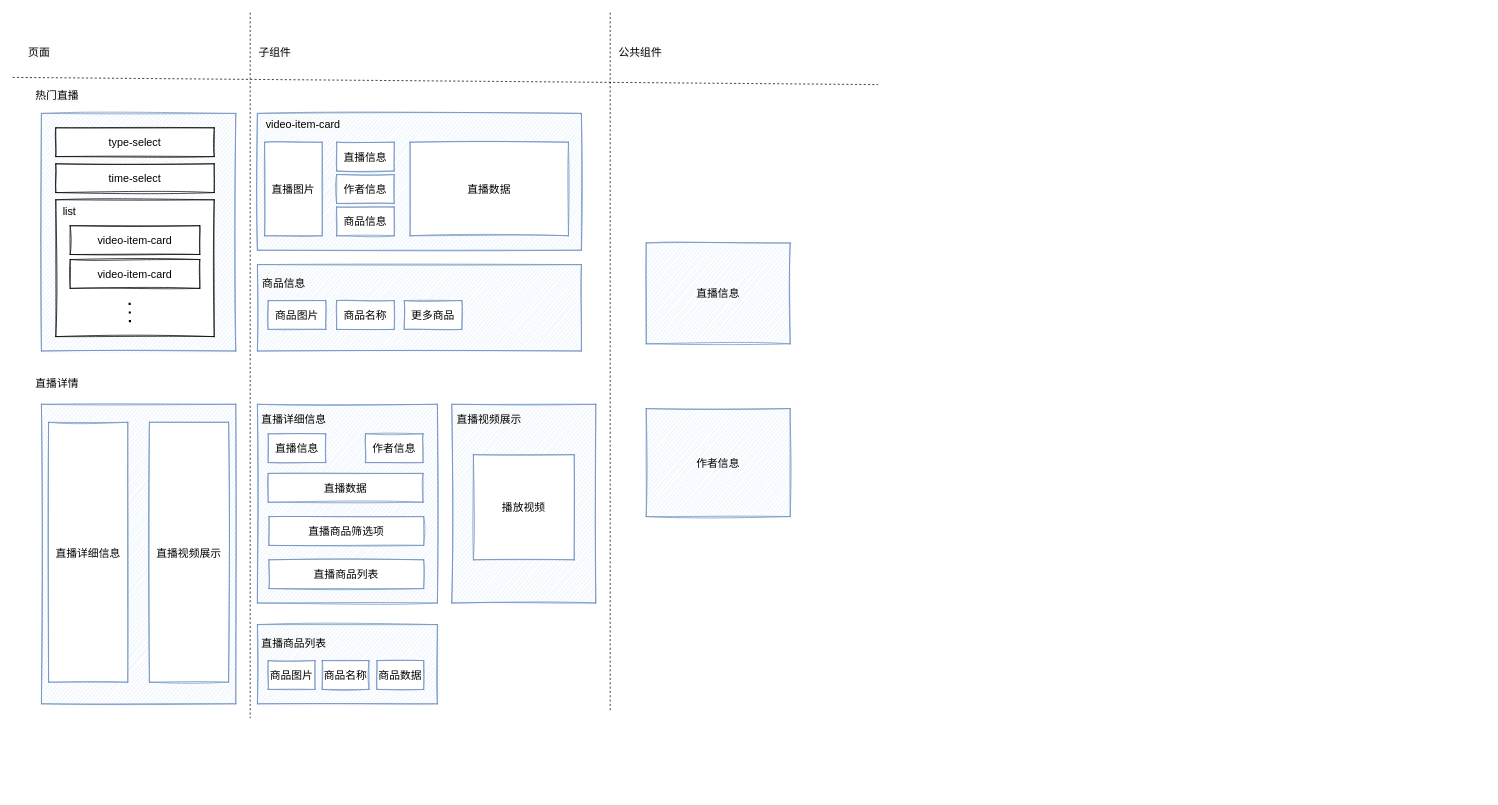
lulukada/React-Typescript-study keeps this draw.io diagram as Untitled Diagram.drawio. Above is the earlier version. Source tidied: cells renumbered, new cells numbered last; positions are measured from the earlier drawing's top-left corner, leaving out a move shared by most shapes. Both pictures are drawn from the tidied source at 72%, with x=0, y=0 at pixel (12, 12).
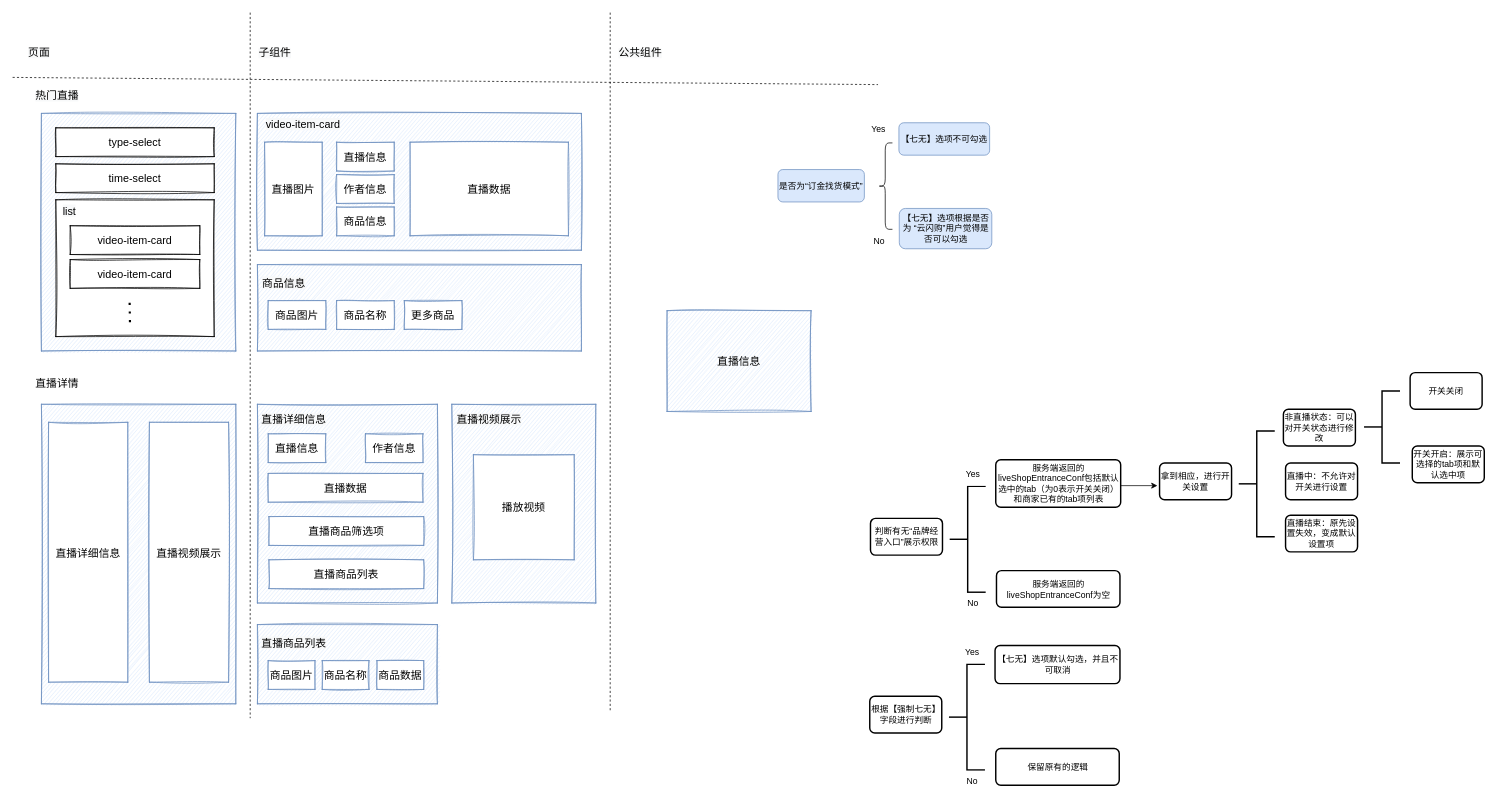
Above is the later version.

The edit, as a diff of the source:
```diff
@@
     <mxCell id="48" value="直播信息" style="rounded=0;whiteSpace=wrap;html=1;shadow=0;glass=0;sketch=1;fontSize=15;strokeColor=#6c8ebf;fillColor=#dae8fc;" parent="1" vertex="1">
-      <mxGeometry x="880" y="320" width="200" height="140" as="geometry" />
+      <mxGeometry x="909" y="414" width="200" height="140" as="geometry" />
     </mxCell>
-    <mxCell id="49" value="作者信息" style="rounded=0;whiteSpace=wrap;html=1;shadow=0;glass=0;sketch=1;fontSize=15;strokeColor=#6c8ebf;fillColor=#dae8fc;" parent="1" vertex="1">
-      <mxGeometry x="880" y="550" width="200" height="150" as="geometry" />
-    </mxCell>
+    <mxCell id="50" value="拿到相应，进行开关设置" style="rounded=1;whiteSpace=wrap;html=1;absoluteArcSize=1;arcSize=14;strokeWidth=2;" parent="1" vertex="1">
+      <mxGeometry x="1593" y="625.5" width="100" height="51" as="geometry" />
+    </mxCell>
+    <mxCell id="51" style="strokeWidth=2;html=1;shape=mxgraph.flowchart.annotation_2;align=left;labelPosition=right;" parent="1" vertex="1">
+      <mxGeometry x="1703" y="581" width="50" height="147" as="geometry" />
+    </mxCell>
+    <mxCell id="52" value="直播中：不允许对开关进行设置" style="rounded=1;whiteSpace=wrap;html=1;absoluteArcSize=1;arcSize=14;strokeWidth=2;" parent="1" vertex="1">
+      <mxGeometry x="1768" y="625.5" width="100" height="51" as="geometry" />
+    </mxCell>
+    <mxCell id="53" value="直播结束：原先设置失效，变成默认设置项" style="rounded=1;whiteSpace=wrap;html=1;absoluteArcSize=1;arcSize=14;strokeWidth=2;" parent="1" vertex="1">
+      <mxGeometry x="1768" y="698" width="100" height="51" as="geometry" />
+    </mxCell>
+    <mxCell id="54" value="开关关闭" style="rounded=1;whiteSpace=wrap;html=1;absoluteArcSize=1;arcSize=14;strokeWidth=2;" parent="1" vertex="1">
+      <mxGeometry x="1941" y="500" width="100" height="51" as="geometry" />
+    </mxCell>
+    <mxCell id="55" value="开关开启：展示可选择的tab项和默认选中项" style="rounded=1;whiteSpace=wrap;html=1;absoluteArcSize=1;arcSize=14;strokeWidth=2;" parent="1" vertex="1">
+      <mxGeometry x="1944" y="602" width="100" height="51" as="geometry" />
+    </mxCell>
+    <mxCell id="56" value="非直播状态：可以对开关状态进行修改" style="rounded=1;whiteSpace=wrap;html=1;absoluteArcSize=1;arcSize=14;strokeWidth=2;" parent="1" vertex="1">
+      <mxGeometry x="1765" y="551" width="100" height="51" as="geometry" />
+    </mxCell>
+    <mxCell id="57" style="strokeWidth=2;html=1;shape=mxgraph.flowchart.annotation_2;align=left;labelPosition=right;" parent="1" vertex="1">
+      <mxGeometry x="1877" y="525.5" width="50" height="100" as="geometry" />
+    </mxCell>
+    <mxCell id="58" value="判断有无“品牌经营入口”展示权限" style="rounded=1;whiteSpace=wrap;html=1;absoluteArcSize=1;arcSize=14;strokeWidth=2;" parent="1" vertex="1">
+      <mxGeometry x="1191.5" y="702.5" width="100" height="51" as="geometry" />
+    </mxCell>
+    <mxCell id="59" style="strokeWidth=2;html=1;shape=mxgraph.flowchart.annotation_2;align=left;labelPosition=right;" parent="1" vertex="1">
+      <mxGeometry x="1301.5" y="658" width="50" height="147" as="geometry" />
+    </mxCell>
+    <mxCell id="60" value="&lt;div&gt;服务端返回的liveShopEntranceConf为空&lt;/div&gt;" style="rounded=1;whiteSpace=wrap;html=1;absoluteArcSize=1;arcSize=14;strokeWidth=2;" parent="1" vertex="1">
+      <mxGeometry x="1366.5" y="775" width="171.5" height="51" as="geometry" />
+    </mxCell>
+    <mxCell id="61" value="服务端返回的liveShopEntranceConf包括默认选中的tab（为0表示开关关闭）和商家已有的tab项列表" style="rounded=1;whiteSpace=wrap;html=1;absoluteArcSize=1;arcSize=14;strokeWidth=2;" parent="1" vertex="1">
+      <mxGeometry x="1365.5" y="621" width="173.5" height="66" as="geometry" />
+    </mxCell>
+    <mxCell id="62" value="Yes" style="rounded=0;whiteSpace=wrap;html=1;strokeWidth=0;strokeColor=none;" parent="1" vertex="1">
+      <mxGeometry x="1308" y="627" width="52" height="30" as="geometry" />
+    </mxCell>
+    <mxCell id="63" value="No" style="rounded=0;whiteSpace=wrap;html=1;strokeWidth=0;strokeColor=none;" parent="1" vertex="1">
+      <mxGeometry x="1308" y="806" width="52" height="30" as="geometry" />
+    </mxCell>
+    <mxCell id="64" style="endArrow=classic;html=1;rounded=0;" parent="1" edge="1">
+      <mxGeometry relative="1" as="geometry">
+        <mxPoint x="1539" y="657" as="sourcePoint" />
+        <mxPoint x="1590" y="657" as="targetPoint" />
+      </mxGeometry>
+    </mxCell>
+    <mxCell id="65" value="根据【强制七无】字段进行判断" style="rounded=1;whiteSpace=wrap;html=1;absoluteArcSize=1;arcSize=14;strokeWidth=2;" parent="1" vertex="1">
+      <mxGeometry x="1190.5" y="949.5" width="100" height="51" as="geometry" />
+    </mxCell>
+    <mxCell id="66" style="strokeWidth=2;html=1;shape=mxgraph.flowchart.annotation_2;align=left;labelPosition=right;" parent="1" vertex="1">
+      <mxGeometry x="1300.5" y="905" width="50" height="147" as="geometry" />
+    </mxCell>
+    <mxCell id="67" value="保留原有的逻辑" style="rounded=1;whiteSpace=wrap;html=1;absoluteArcSize=1;arcSize=14;strokeWidth=2;" parent="1" vertex="1">
+      <mxGeometry x="1365.5" y="1022" width="171.5" height="51" as="geometry" />
+    </mxCell>
+    <mxCell id="68" value="【七无】选项默认勾选，并且不可取消" style="rounded=1;whiteSpace=wrap;html=1;absoluteArcSize=1;arcSize=14;strokeWidth=2;" parent="1" vertex="1">
+      <mxGeometry x="1364.5" y="879" width="173.5" height="53" as="geometry" />
+    </mxCell>
+    <mxCell id="69" value="Yes" style="rounded=0;whiteSpace=wrap;html=1;strokeWidth=0;strokeColor=none;" parent="1" vertex="1">
+      <mxGeometry x="1307" y="874" width="52" height="30" as="geometry" />
+    </mxCell>
+    <mxCell id="70" value="No" style="rounded=0;whiteSpace=wrap;html=1;strokeWidth=0;strokeColor=none;" parent="1" vertex="1">
+      <mxGeometry x="1307" y="1053" width="52" height="30" as="geometry" />
+    </mxCell>
+    <mxCell id="71" value="是否为“订金找货模式”" style="rounded=1;whiteSpace=wrap;html=1;strokeWidth=1;fillColor=#dae8fc;strokeColor=#6c8ebf;" parent="1" vertex="1">
+      <mxGeometry x="1063" y="218" width="120" height="45" as="geometry" />
+    </mxCell>
+    <mxCell id="72" style="shape=curlyBracket;whiteSpace=wrap;html=1;rounded=1;strokeWidth=1;" parent="1" vertex="1">
+      <mxGeometry x="1202" y="181" width="20" height="120" as="geometry" />
+    </mxCell>
+    <mxCell id="73" value="【七无】选项不可勾选" style="rounded=1;whiteSpace=wrap;html=1;strokeWidth=1;fillColor=#dae8fc;strokeColor=#6c8ebf;" parent="1" vertex="1">
+      <mxGeometry x="1231" y="153" width="126" height="45" as="geometry" />
+    </mxCell>
+    <mxCell id="74" value="【七无】选项根据是否为 “云闪购”用户觉得是否可以勾选" style="rounded=1;whiteSpace=wrap;html=1;strokeWidth=1;fillColor=#dae8fc;strokeColor=#6c8ebf;" parent="1" vertex="1">
+      <mxGeometry x="1231.5" y="272" width="128.5" height="56" as="geometry" />
+    </mxCell>
+    <mxCell id="75" value="Yes" style="rounded=0;whiteSpace=wrap;html=1;strokeWidth=0;strokeColor=none;" parent="1" vertex="1">
+      <mxGeometry x="1177" y="148" width="52" height="30" as="geometry" />
+    </mxCell>
+    <mxCell id="76" value="No" style="rounded=0;whiteSpace=wrap;html=1;strokeWidth=0;strokeColor=none;" parent="1" vertex="1">
+      <mxGeometry x="1178" y="303" width="52" height="30" as="geometry" />
+    </mxCell>
```
